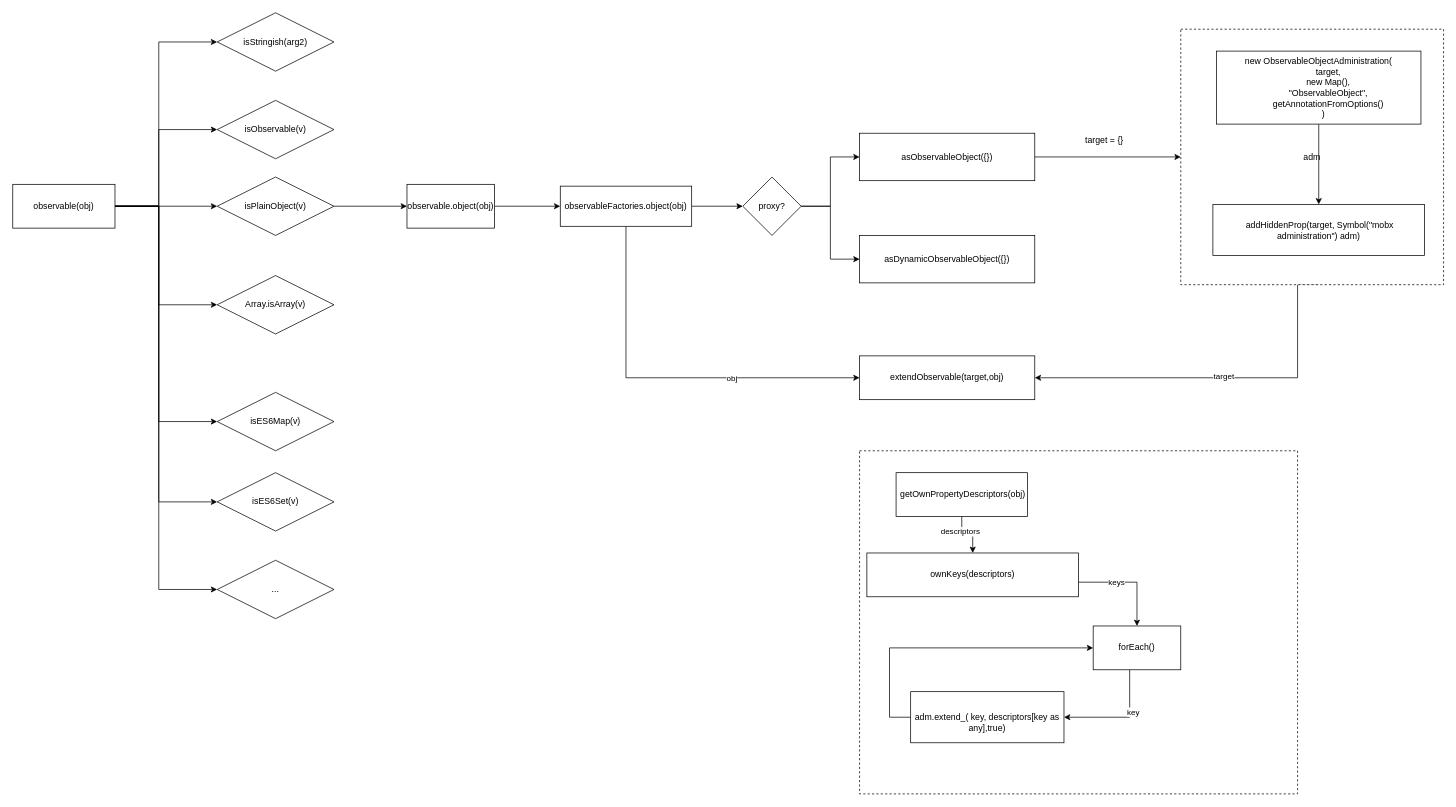
The draw.io diagram mobx.drawio in zzy1661/diagram, before the edit. Source tidied: cells renumbered, new cells numbered last; positions are measured from the earlier drawing's top-left corner, leaving out a move shared by most shapes. Both pictures are drawn from the tidied source at 73%, with x=0, y=0 at pixel (12, 12).
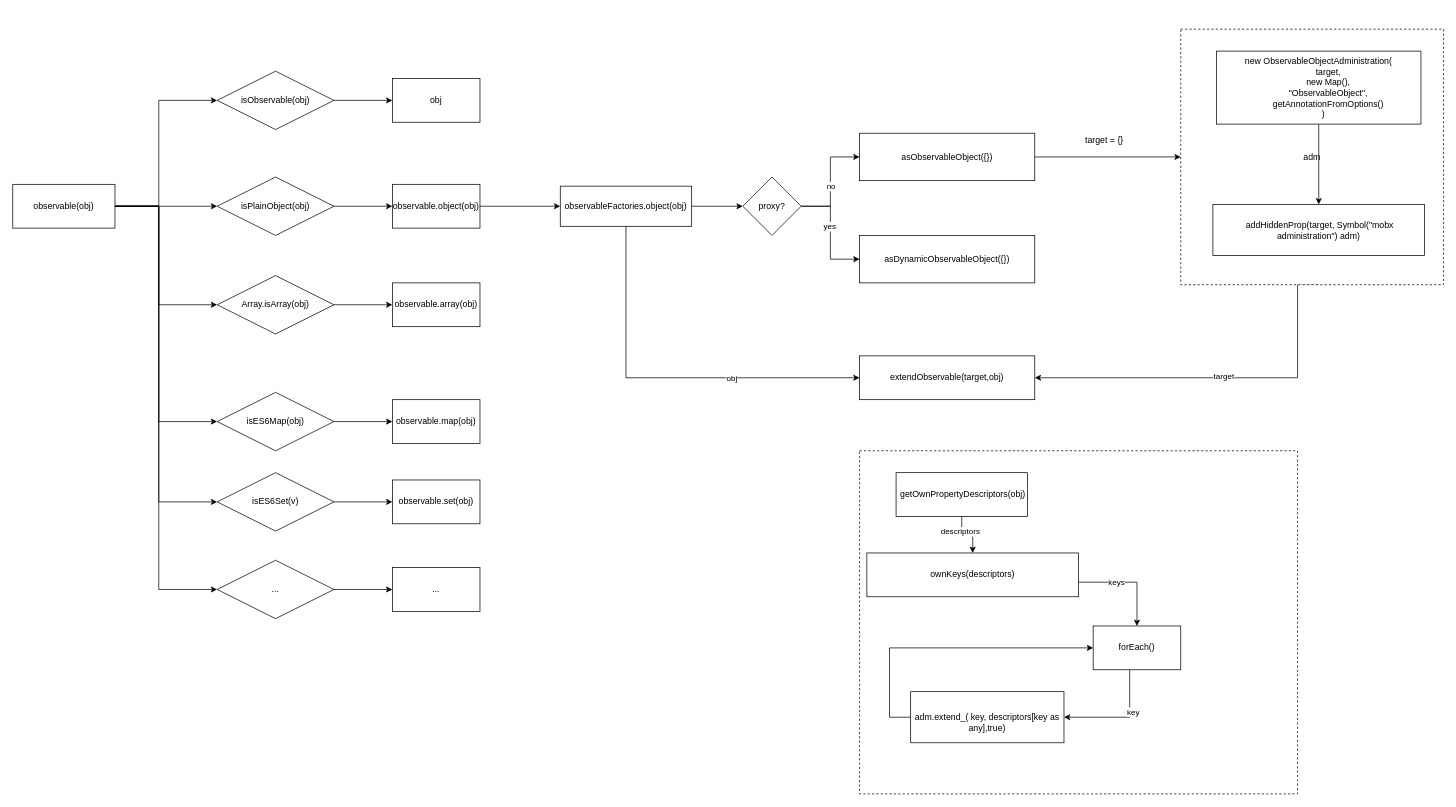
After the change.

Unchanged cells that the change refers to:
```xml
<mxCell id="10" value="observable(obj)" style="rounded=0;whiteSpace=wrap;html=1;" parent="1" vertex="1">
  <mxGeometry y="235" width="140" height="60" as="geometry" />
</mxCell>
<mxCell id="17" value="isES6Set(v)" style="rhombus;whiteSpace=wrap;html=1;rounded=0;" parent="1" vertex="1">
  <mxGeometry x="280" y="630" width="160" height="80" as="geometry" />
</mxCell>
<mxCell id="18" value="..." style="rhombus;whiteSpace=wrap;html=1;rounded=0;" parent="1" vertex="1">
  <mxGeometry x="280" y="750" width="160" height="80" as="geometry" />
</mxCell>
<mxCell id="25" style="edgeStyle=orthogonalEdgeStyle;rounded=0;jettySize=auto;html=1;" parent="1" edge="1" source="27" target="31">
  <mxGeometry relative="1" as="geometry" />
</mxCell>
<mxCell id="26" style="edgeStyle=orthogonalEdgeStyle;rounded=0;jettySize=auto;html=1;" parent="1" edge="1" source="27" target="32">
  <mxGeometry relative="1" as="geometry" />
</mxCell>
```

What changed in the source:
```diff
@@
-    <mxCell id="3" style="edgeStyle=orthogonalEdgeStyle;rounded=0;jettySize=auto;html=1;entryX=0;entryY=0.5;entryDx=0;entryDy=0;" parent="1" edge="1" source="10" target="11">
-      <mxGeometry relative="1" as="geometry">
-        <Array as="points">
-          <mxPoint x="200" y="265" />
-          <mxPoint x="200" y="160" />
-        </Array>
-      </mxGeometry>
-    </mxCell>
@@
-    <mxCell id="6" style="edgeStyle=orthogonalEdgeStyle;rounded=0;jettySize=auto;html=1;" parent="1" edge="1" source="10" target="14">
+    <mxCell id="6" style="edgeStyle=orthogonalEdgeStyle;rounded=0;jettySize=auto;html=1;entryX=0;entryY=0.5;entryDx=0;entryDy=0;" parent="1" edge="1" source="10" target="14">
       <mxGeometry relative="1" as="geometry">
         <Array as="points">
           <mxPoint x="200" y="265" />
-          <mxPoint x="200" y="40" />
+          <mxPoint x="200" y="120" />
         </Array>
       </mxGeometry>
     </mxCell>
@@
-    <mxCell id="11" value="isObservable(v)" style="rhombus;whiteSpace=wrap;html=1;rounded=0;" parent="1" vertex="1">
-      <mxGeometry x="280" y="120" width="160" height="80" as="geometry" />
-    </mxCell>
+    <mxCell id="50" style="edgeStyle=orthogonalEdgeStyle;rounded=0;jettySize=auto;html=1;" parent="1" edge="1" source="12" target="58">
+      <mxGeometry relative="1" as="geometry" />
+    </mxCell>
-    <mxCell id="12" value="Array.isArray(v)" style="rhombus;whiteSpace=wrap;html=1;rounded=0;" parent="1" vertex="1">
+    <mxCell id="12" value="Array.isArray(obj)" style="rhombus;whiteSpace=wrap;html=1;rounded=0;" parent="1" vertex="1">
       <mxGeometry x="280" y="360" width="160" height="80" as="geometry" />
     </mxCell>
+    <mxCell id="51" style="edgeStyle=orthogonalEdgeStyle;rounded=0;jettySize=auto;html=1;" parent="1" edge="1" source="13" target="59">
+      <mxGeometry relative="1" as="geometry" />
+    </mxCell>
-    <mxCell id="13" value="isES6Map(v)" style="rhombus;whiteSpace=wrap;html=1;rounded=0;" parent="1" vertex="1">
+    <mxCell id="13" value="isES6Map(obj)" style="rhombus;whiteSpace=wrap;html=1;rounded=0;" parent="1" vertex="1">
       <mxGeometry x="280" y="520" width="160" height="80" as="geometry" />
     </mxCell>
+    <mxCell id="52" style="edgeStyle=orthogonalEdgeStyle;rounded=0;jettySize=auto;html=1;" parent="1" edge="1" source="14" target="57">
+      <mxGeometry relative="1" as="geometry" />
+    </mxCell>
-    <mxCell id="14" value="isStringish(arg2)" style="rhombus;whiteSpace=wrap;html=1;rounded=0;" parent="1" vertex="1">
-      <mxGeometry x="280" width="160" height="80" as="geometry" />
+    <mxCell id="14" value="isObservable(obj)" style="rhombus;whiteSpace=wrap;html=1;rounded=0;" parent="1" vertex="1">
+      <mxGeometry x="280" y="80" width="160" height="80" as="geometry" />
     </mxCell>
@@
-    <mxCell id="16" value="isPlainObject(v)" style="rhombus;whiteSpace=wrap;html=1;rounded=0;" parent="1" vertex="1">
+    <mxCell id="16" value="isPlainObject(obj)" style="rhombus;whiteSpace=wrap;html=1;rounded=0;" parent="1" vertex="1">
       <mxGeometry x="280" y="225" width="160" height="80" as="geometry" />
     </mxCell>
+    <mxCell id="53" style="edgeStyle=orthogonalEdgeStyle;rounded=0;jettySize=auto;html=1;" parent="1" edge="1" source="17" target="60">
+      <mxGeometry relative="1" as="geometry" />
+    </mxCell>
@@
+    <mxCell id="54" style="edgeStyle=orthogonalEdgeStyle;rounded=0;jettySize=auto;html=1;" parent="1" edge="1" source="18" target="61">
+      <mxGeometry relative="1" as="geometry" />
+    </mxCell>
@@
     <mxCell id="20" value="observable.object(obj)" style="whiteSpace=wrap;html=1;rounded=0;" parent="1" vertex="1">
-      <mxGeometry x="540" y="235" width="120" height="60" as="geometry" />
+      <mxGeometry x="520" y="235" width="120" height="60" as="geometry" />
     </mxCell>
@@
+    <mxCell id="55" value="no" style="edgeLabel;html=1;align=center;verticalAlign=middle;" parent="25" vertex="1">
+      <mxGeometry x="-0.2" y="-3" relative="1" as="geometry">
+        <mxPoint x="-3" y="-9" as="offset" />
+      </mxGeometry>
+    </mxCell>
@@
+    <mxCell id="56" value="yes" style="edgeLabel;html=1;align=center;verticalAlign=middle;" parent="26" vertex="1">
+      <mxGeometry x="-0.2" y="-2" relative="1" as="geometry">
+        <mxPoint y="6" as="offset" />
+      </mxGeometry>
+    </mxCell>
@@
+    <mxCell id="57" value="obj" style="whiteSpace=wrap;html=1;rounded=0;" parent="1" vertex="1">
+      <mxGeometry x="520" y="90" width="120" height="60" as="geometry" />
+    </mxCell>
+    <mxCell id="58" value="observable.array(obj)" style="whiteSpace=wrap;html=1;rounded=0;" parent="1" vertex="1">
+      <mxGeometry x="520" y="370" width="120" height="60" as="geometry" />
+    </mxCell>
+    <mxCell id="59" value="observable.map(obj)" style="whiteSpace=wrap;html=1;rounded=0;" parent="1" vertex="1">
+      <mxGeometry x="520" y="530" width="120" height="60" as="geometry" />
+    </mxCell>
+    <mxCell id="60" value="observable.set(obj)" style="whiteSpace=wrap;html=1;rounded=0;" parent="1" vertex="1">
+      <mxGeometry x="520" y="640" width="120" height="60" as="geometry" />
+    </mxCell>
+    <mxCell id="61" value="..." style="whiteSpace=wrap;html=1;rounded=0;" parent="1" vertex="1">
+      <mxGeometry x="520" y="760" width="120" height="60" as="geometry" />
+    </mxCell>
```
